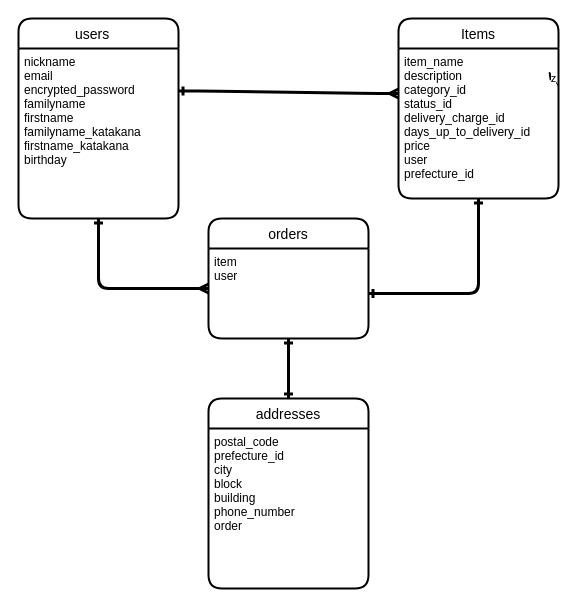
The draw.io diagram ER.dio in cnt1997/furima-37213, before the edit. Source tidied: cells renumbered, new cells numbered last; positions are measured from the earlier drawing's top-left corner, leaving out a move shared by most shapes. Both pictures are drawn from the tidied source at 100%, with x=0, y=0 at pixel (18, 18).
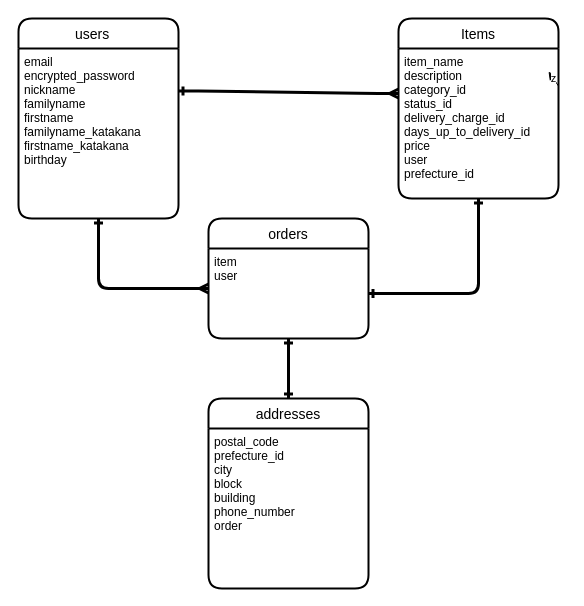
The same page after the edit.

What changed in the source:
```diff
@@
 <mxGraphModel>
   <root>
     <mxCell id="0" />
     <mxCell id="1" parent="0" />
     <mxCell id="2" value="users   " style="swimlane;horizontal=1;startSize=30;rounded=1;fontSize=14;fontStyle=0;strokeWidth=2;shadow=0;dashed=0;align=center;" parent="1" vertex="1">
       <mxGeometry width="160" height="200" as="geometry" />
     </mxCell>
-    <mxCell id="3" value="nickname&#10;email&#10;encrypted_password&#10;familyname&#10;firstname&#10;familyname_katakana&#10;firstname_katakana&#10;birthday" style="align=left;strokeColor=none;fillColor=none;spacingLeft=4;fontSize=12;verticalAlign=top;" parent="2" vertex="1">
+    <mxCell id="3" value="email&#10;encrypted_password&#10;nickname&#10;familyname&#10;firstname&#10;familyname_katakana&#10;firstname_katakana&#10;birthday" style="align=left;strokeColor=none;fillColor=none;spacingLeft=4;fontSize=12;verticalAlign=top;" parent="2" vertex="1">
       <mxGeometry y="30" width="160" height="170" as="geometry" />
     </mxCell>
     <mxCell id="4" value="Items" style="swimlane;horizontal=1;startSize=30;rounded=1;fontSize=14;fontStyle=0;strokeWidth=2;shadow=0;dashed=0;align=center;" parent="1" vertex="1">
       <mxGeometry x="380" width="160" height="180" as="geometry" />
     </mxCell>
     <mxCell id="5" value="item_name&#10;description&#10;category_id&#10;status_id&#10;delivery_charge_id&#10;days_up_to_delivery_id&#10;price&#10;user&#10;prefecture_id" style="align=left;strokeColor=none;fillColor=none;spacingLeft=4;fontSize=12;verticalAlign=top;" parent="4" vertex="1">
       <mxGeometry y="30" width="160" height="150" as="geometry" />
     </mxCell>
     <mxCell id="6" style="edgeStyle=entityRelationEdgeStyle;fontSize=12;html=1;endArrow=ERmany;exitX=1;exitY=0.25;exitDx=0;exitDy=0;targetPerimeterSpacing=5;sourcePerimeterSpacing=5;endSize=5;startSize=5;strokeWidth=3;startArrow=ERone;startFill=0;" parent="1" edge="1" source="3">
       <mxGeometry relative="1" as="geometry">
         <mxPoint x="380" y="75" as="targetPoint" />
       </mxGeometry>
     </mxCell>
     <mxCell id="7" value="z" style="edgeStyle=none;html=1;exitX=1;exitY=0.25;exitDx=0;exitDy=0;targetPerimeterSpacing=6;" parent="1" edge="1" source="5">
       <mxGeometry relative="1" as="geometry">
         <mxPoint x="530" y="53" as="targetPoint" />
       </mxGeometry>
     </mxCell>
     <mxCell id="8" value="orders" style="swimlane;horizontal=1;startSize=30;rounded=1;fontSize=14;fontStyle=0;strokeWidth=2;shadow=0;dashed=0;align=center;" parent="1" vertex="1">
       <mxGeometry x="190" y="200" width="160" height="120" as="geometry" />
     </mxCell>
     <mxCell id="9" value="item&#10;user" style="align=left;strokeColor=none;fillColor=none;spacingLeft=4;fontSize=12;verticalAlign=top;" parent="8" vertex="1">
       <mxGeometry y="30" width="160" height="90" as="geometry" />
     </mxCell>
     <mxCell id="10" value="addresses" style="swimlane;horizontal=1;startSize=30;rounded=1;fontSize=14;fontStyle=0;strokeWidth=2;shadow=0;dashed=0;align=center;" parent="1" vertex="1">
       <mxGeometry x="190" y="380" width="160" height="190" as="geometry" />
     </mxCell>
     <mxCell id="11" value="postal_code&#10;prefecture_id&#10;city&#10;block&#10;building&#10;phone_number&#10;order" style="align=left;strokeColor=none;fillColor=none;spacingLeft=4;fontSize=12;verticalAlign=top;" parent="10" vertex="1">
       <mxGeometry y="30" width="160" height="160" as="geometry" />
     </mxCell>
     <mxCell id="12" style="fontSize=12;html=1;endArrow=ERone;endFill=1;startSize=5;endSize=5;sourcePerimeterSpacing=5;targetPerimeterSpacing=5;strokeWidth=3;exitX=1;exitY=0.5;exitDx=0;exitDy=0;entryX=0.5;entryY=1;entryDx=0;entryDy=0;startArrow=ERone;startFill=0;" parent="1" edge="1" source="9" target="5">
       <mxGeometry relative="1" as="geometry">
         <Array as="points">
           <mxPoint x="460" y="275" />
         </Array>
       </mxGeometry>
     </mxCell>
     <mxCell id="13" style="fontSize=12;html=1;endArrow=ERmany;startSize=5;endSize=5;sourcePerimeterSpacing=5;targetPerimeterSpacing=5;strokeWidth=3;exitX=0.5;exitY=1;exitDx=0;exitDy=0;startArrow=ERone;startFill=0;" parent="1" edge="1" source="3">
       <mxGeometry relative="1" as="geometry">
         <mxPoint x="190" y="270" as="targetPoint" />
         <Array as="points">
           <mxPoint x="80" y="270" />
         </Array>
       </mxGeometry>
     </mxCell>
     <mxCell id="14" style="fontSize=12;html=1;endArrow=ERone;endFill=1;startSize=5;endSize=5;sourcePerimeterSpacing=5;targetPerimeterSpacing=5;strokeWidth=3;exitX=0.5;exitY=1;exitDx=0;exitDy=0;entryX=0.5;entryY=0;entryDx=0;entryDy=0;startArrow=ERone;startFill=0;" parent="1" edge="1" source="9" target="10">
       <mxGeometry relative="1" as="geometry" />
     </mxCell>
   </root>
 </mxGraphModel>
```
